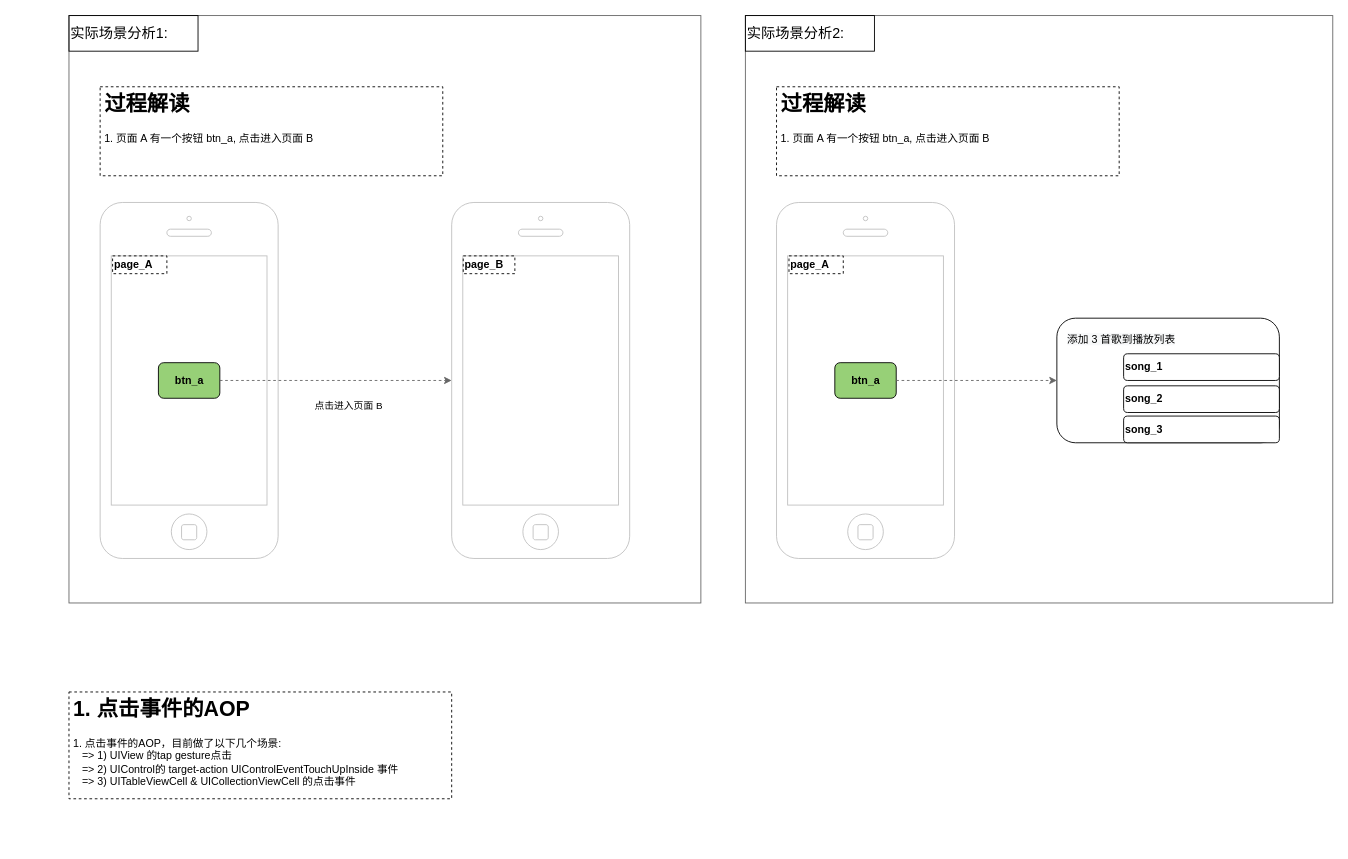
This is netease/EventTracing/曙光计划-refer的生成和消费.drawio from ShakeShakeMe/diagrams, a draw.io file, before an edit. Source tidied: cells renumbered, new cells numbered last; positions are measured from the earlier drawing's top-left corner, leaving out a move shared by most shapes. Both pictures are drawn from the tidied source at 89%, with x=0, y=0 at pixel (15, 15).
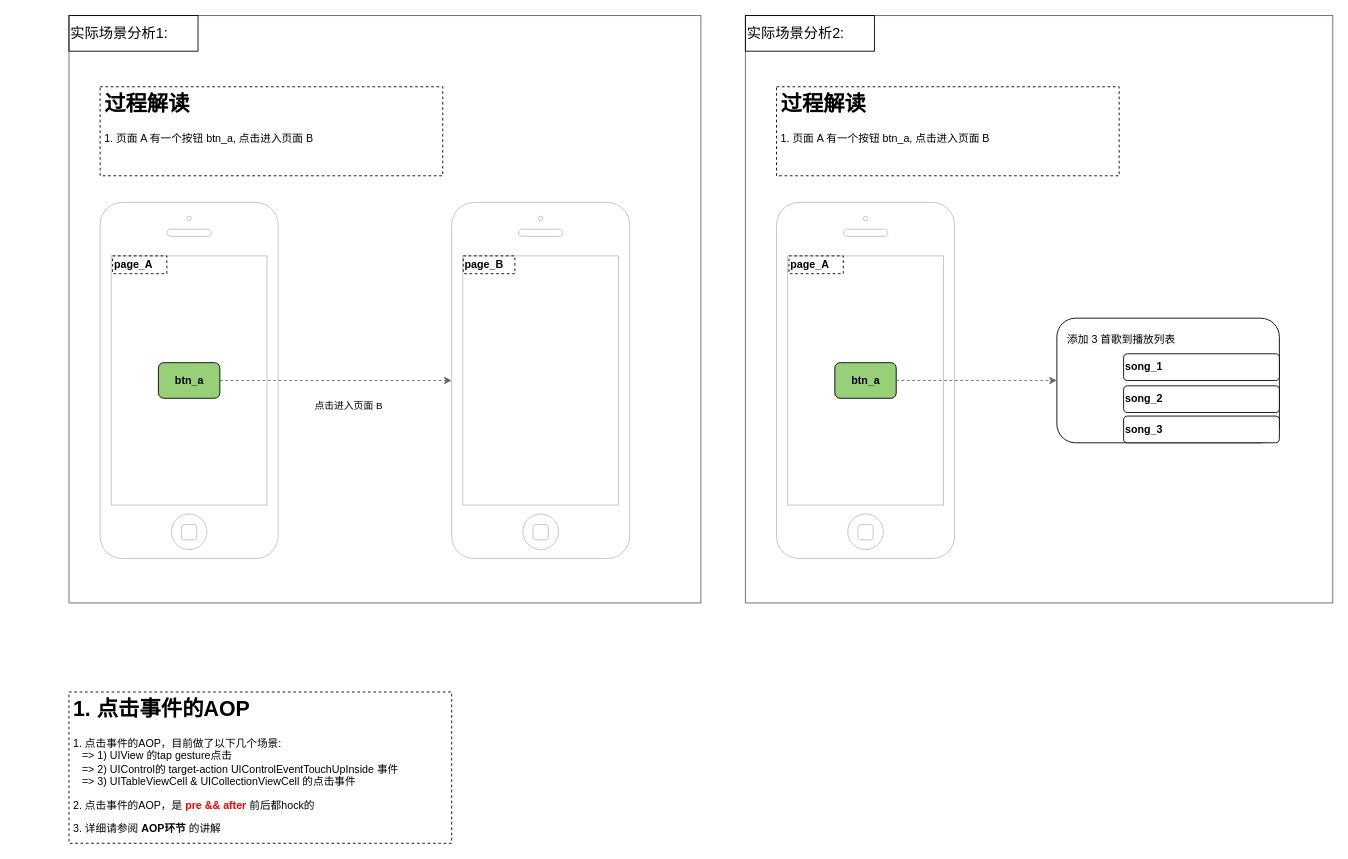
The same page after the edit.

Commit message:
Update 曙光计划-refer的生成和消费.drawio

The edit, as a diff of the source:
```diff
@@
-    <mxCell id="24" value="&lt;h1&gt;1. 点击事件的AOP&lt;/h1&gt;&lt;p&gt;1. 点击事件的AOP，目前做了以下几个场景:&lt;br&gt;&lt;span&gt;&amp;nbsp; &amp;nbsp;=&amp;gt; 1) UIView 的tap gesture点击&lt;br&gt;&amp;nbsp; &amp;nbsp;=&amp;gt; 2) UIControl的 target-action UIControlEventTouchUpInside 事件&lt;br&gt;&amp;nbsp; &amp;nbsp;=&amp;gt; 3) UITableViewCell &amp;amp; UICollectionViewCell 的点击事件&lt;br&gt;&lt;/span&gt;&lt;/p&gt;" style="text;html=1;fillColor=none;spacing=5;spacingTop=-20;whiteSpace=wrap;overflow=hidden;rounded=0;strokeColor=#000000;dashed=1;" parent="1" vertex="1">
-      <mxGeometry x="60" y="760" width="430" height="120" as="geometry" />
+    <mxCell id="24" value="&lt;h1&gt;1. 点击事件的AOP&lt;/h1&gt;&lt;p&gt;1. 点击事件的AOP，目前做了以下几个场景:&lt;br&gt;&lt;span&gt;&amp;nbsp; &amp;nbsp;=&amp;gt; 1) UIView 的tap gesture点击&lt;br&gt;&amp;nbsp; &amp;nbsp;=&amp;gt; 2) UIControl的 target-action UIControlEventTouchUpInside 事件&lt;br&gt;&amp;nbsp; &amp;nbsp;=&amp;gt; 3) UITableViewCell &amp;amp; UICollectionViewCell 的点击事件&lt;br&gt;&lt;/span&gt;&lt;/p&gt;&lt;p&gt;2. 点击事件的AOP，是 &lt;b&gt;&lt;font color=&quot;#ff0000&quot;&gt;pre &amp;amp;&amp;amp; after&lt;/font&gt;&lt;/b&gt; 前后都hock的&lt;/p&gt;&lt;p&gt;3. 详细请参阅 &lt;b&gt;AOP环节&lt;/b&gt; 的讲解&lt;/p&gt;" style="text;html=1;fillColor=none;spacing=5;spacingTop=-20;whiteSpace=wrap;overflow=hidden;rounded=0;strokeColor=#000000;dashed=1;" parent="1" vertex="1">
+      <mxGeometry x="60" y="760" width="430" height="170" as="geometry" />
     </mxCell>
```
